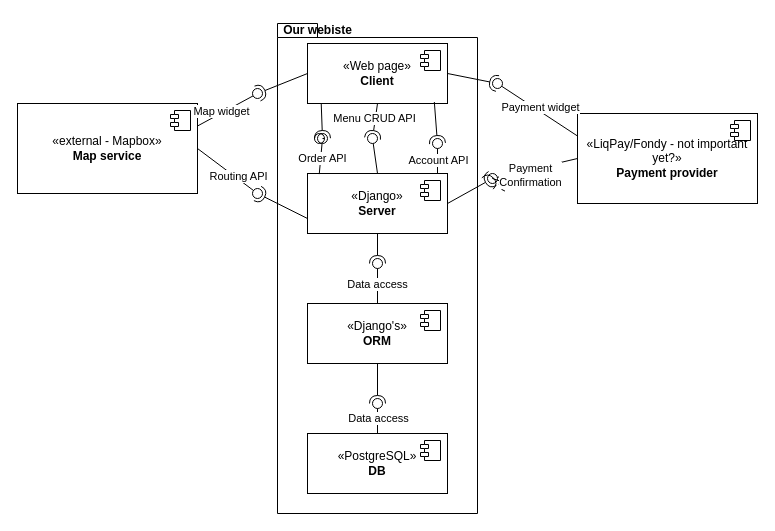
Earlier version of the draw.io diagram docs/architecture/uml/component-diagram.drawio (ukma-cs-ssdm-2025/punkcoders). Source tidied: cells renumbered, new cells numbered last; positions are measured from the earlier drawing's top-left corner, leaving out a move shared by most shapes. Both pictures are drawn from the tidied source at 100%, with x=0, y=0 at pixel (17, 17).
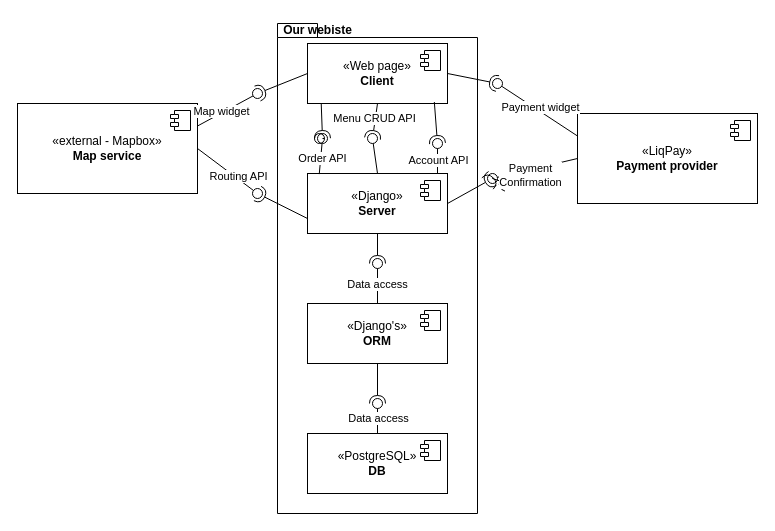
After the change.

Diff of the diagram source:
```diff
@@
-    <mxCell id="44" value="«LiqPay/Fondy - not important yet?»&lt;br&gt;&lt;b&gt;Payment provider&lt;/b&gt;" style="html=1;whiteSpace=wrap;" parent="1" vertex="1">
+    <mxCell id="44" value="«LiqPay»&lt;br&gt;&lt;b&gt;Payment provider&lt;/b&gt;" style="html=1;whiteSpace=wrap;" parent="1" vertex="1">
       <mxGeometry x="560" y="96" width="180" height="90" as="geometry" />
     </mxCell>
```
